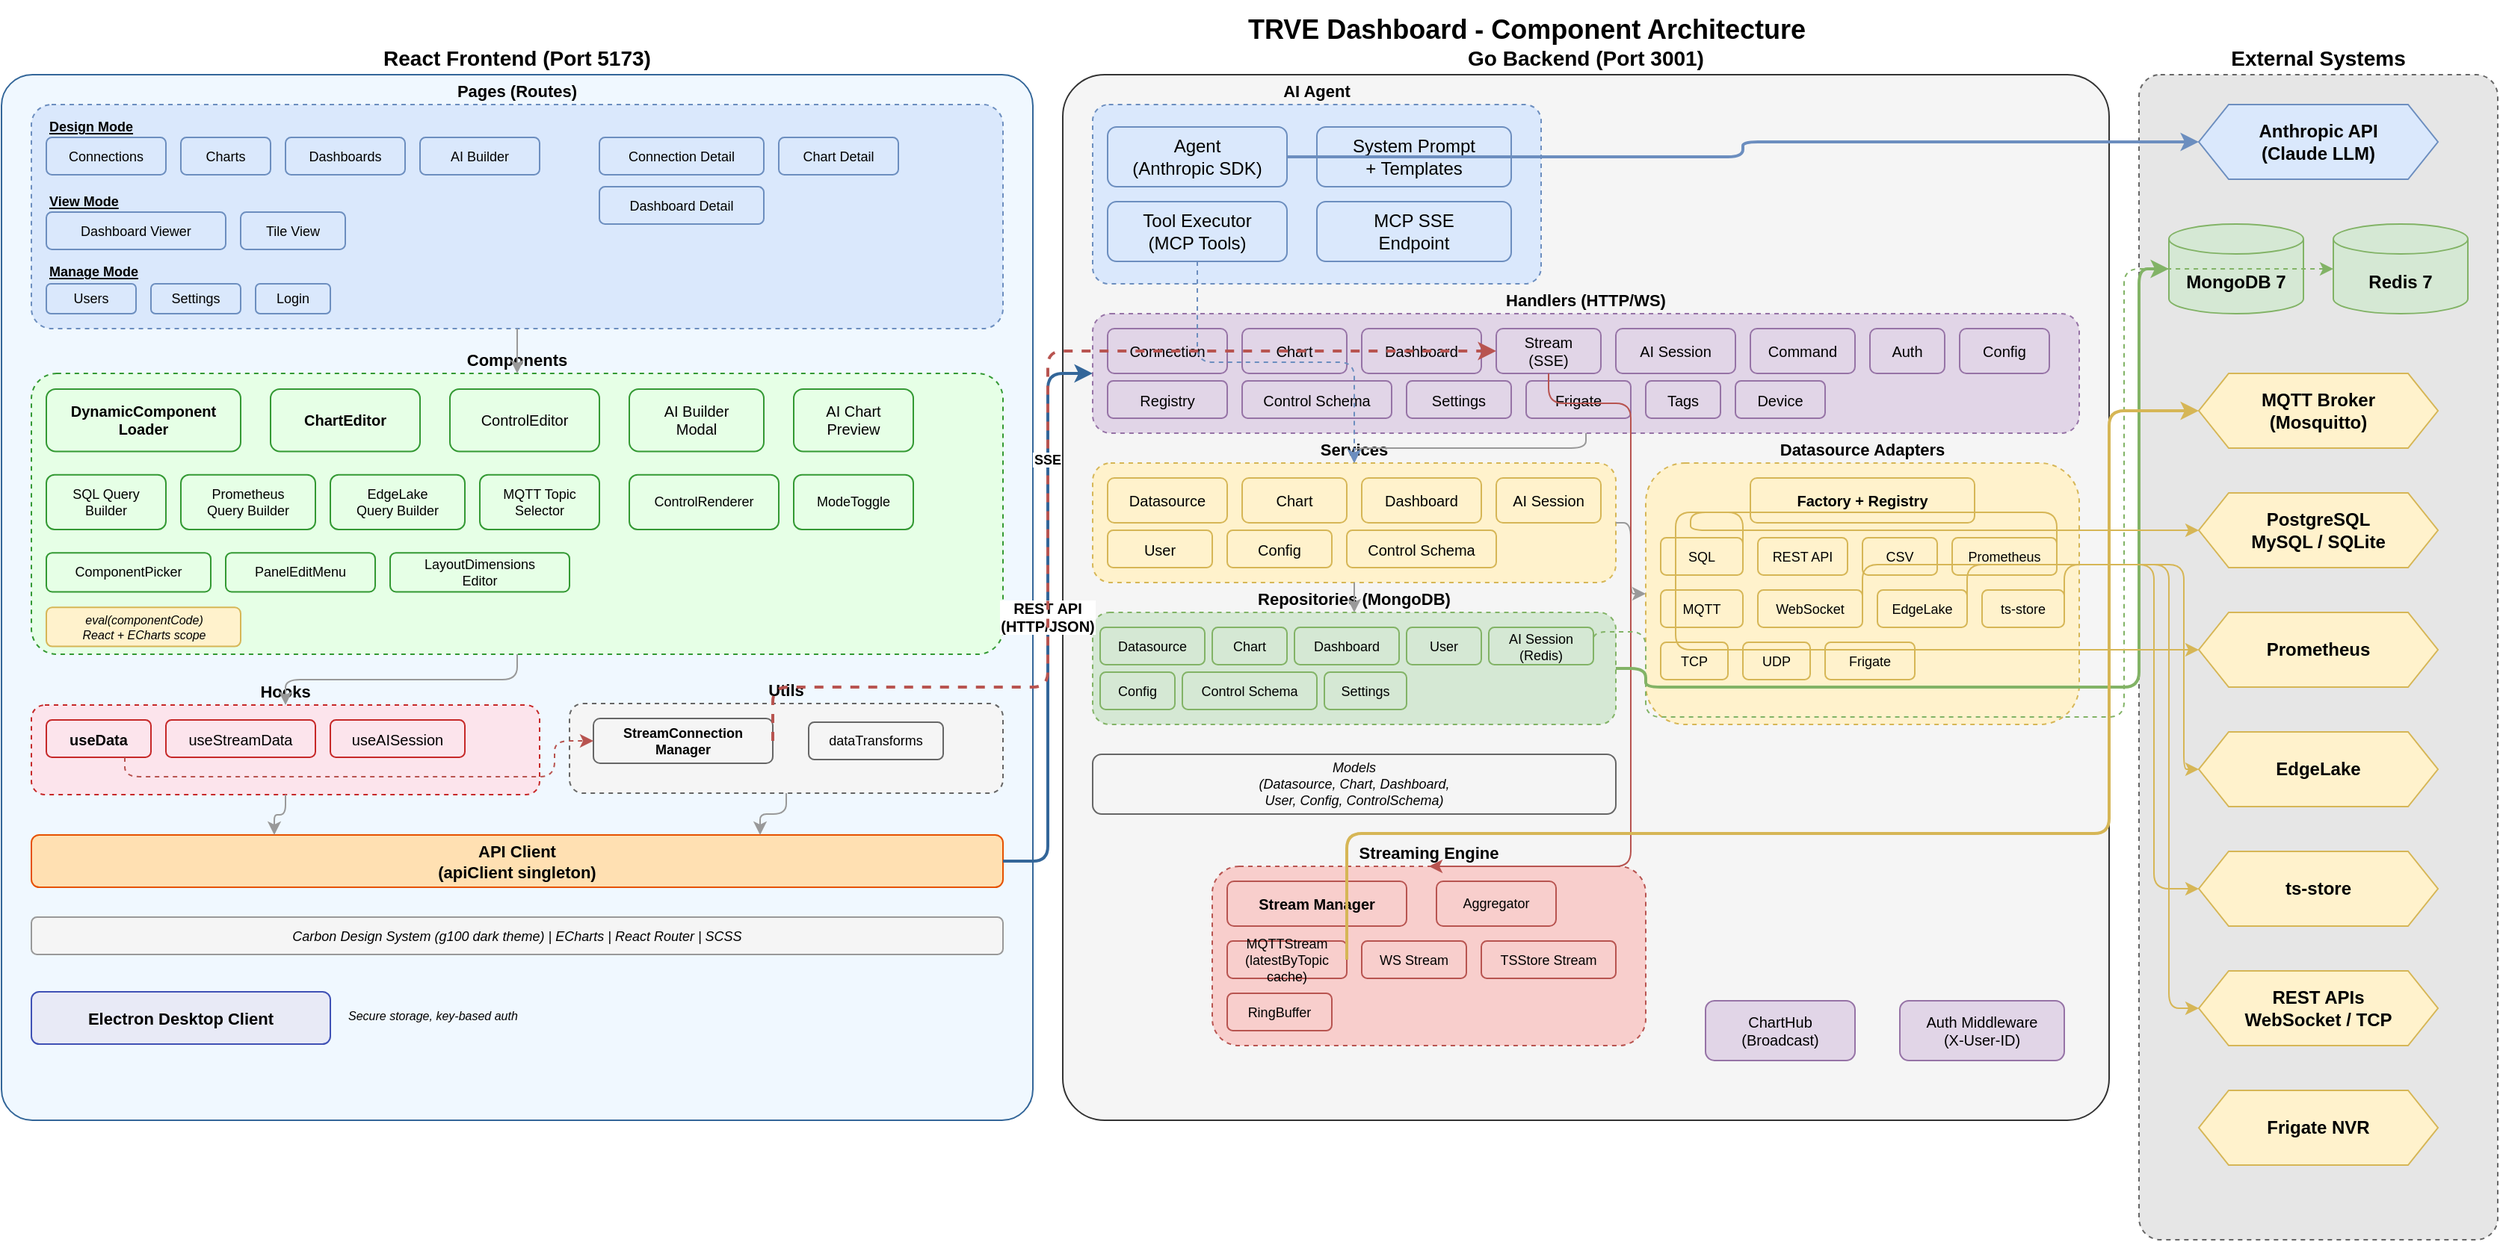
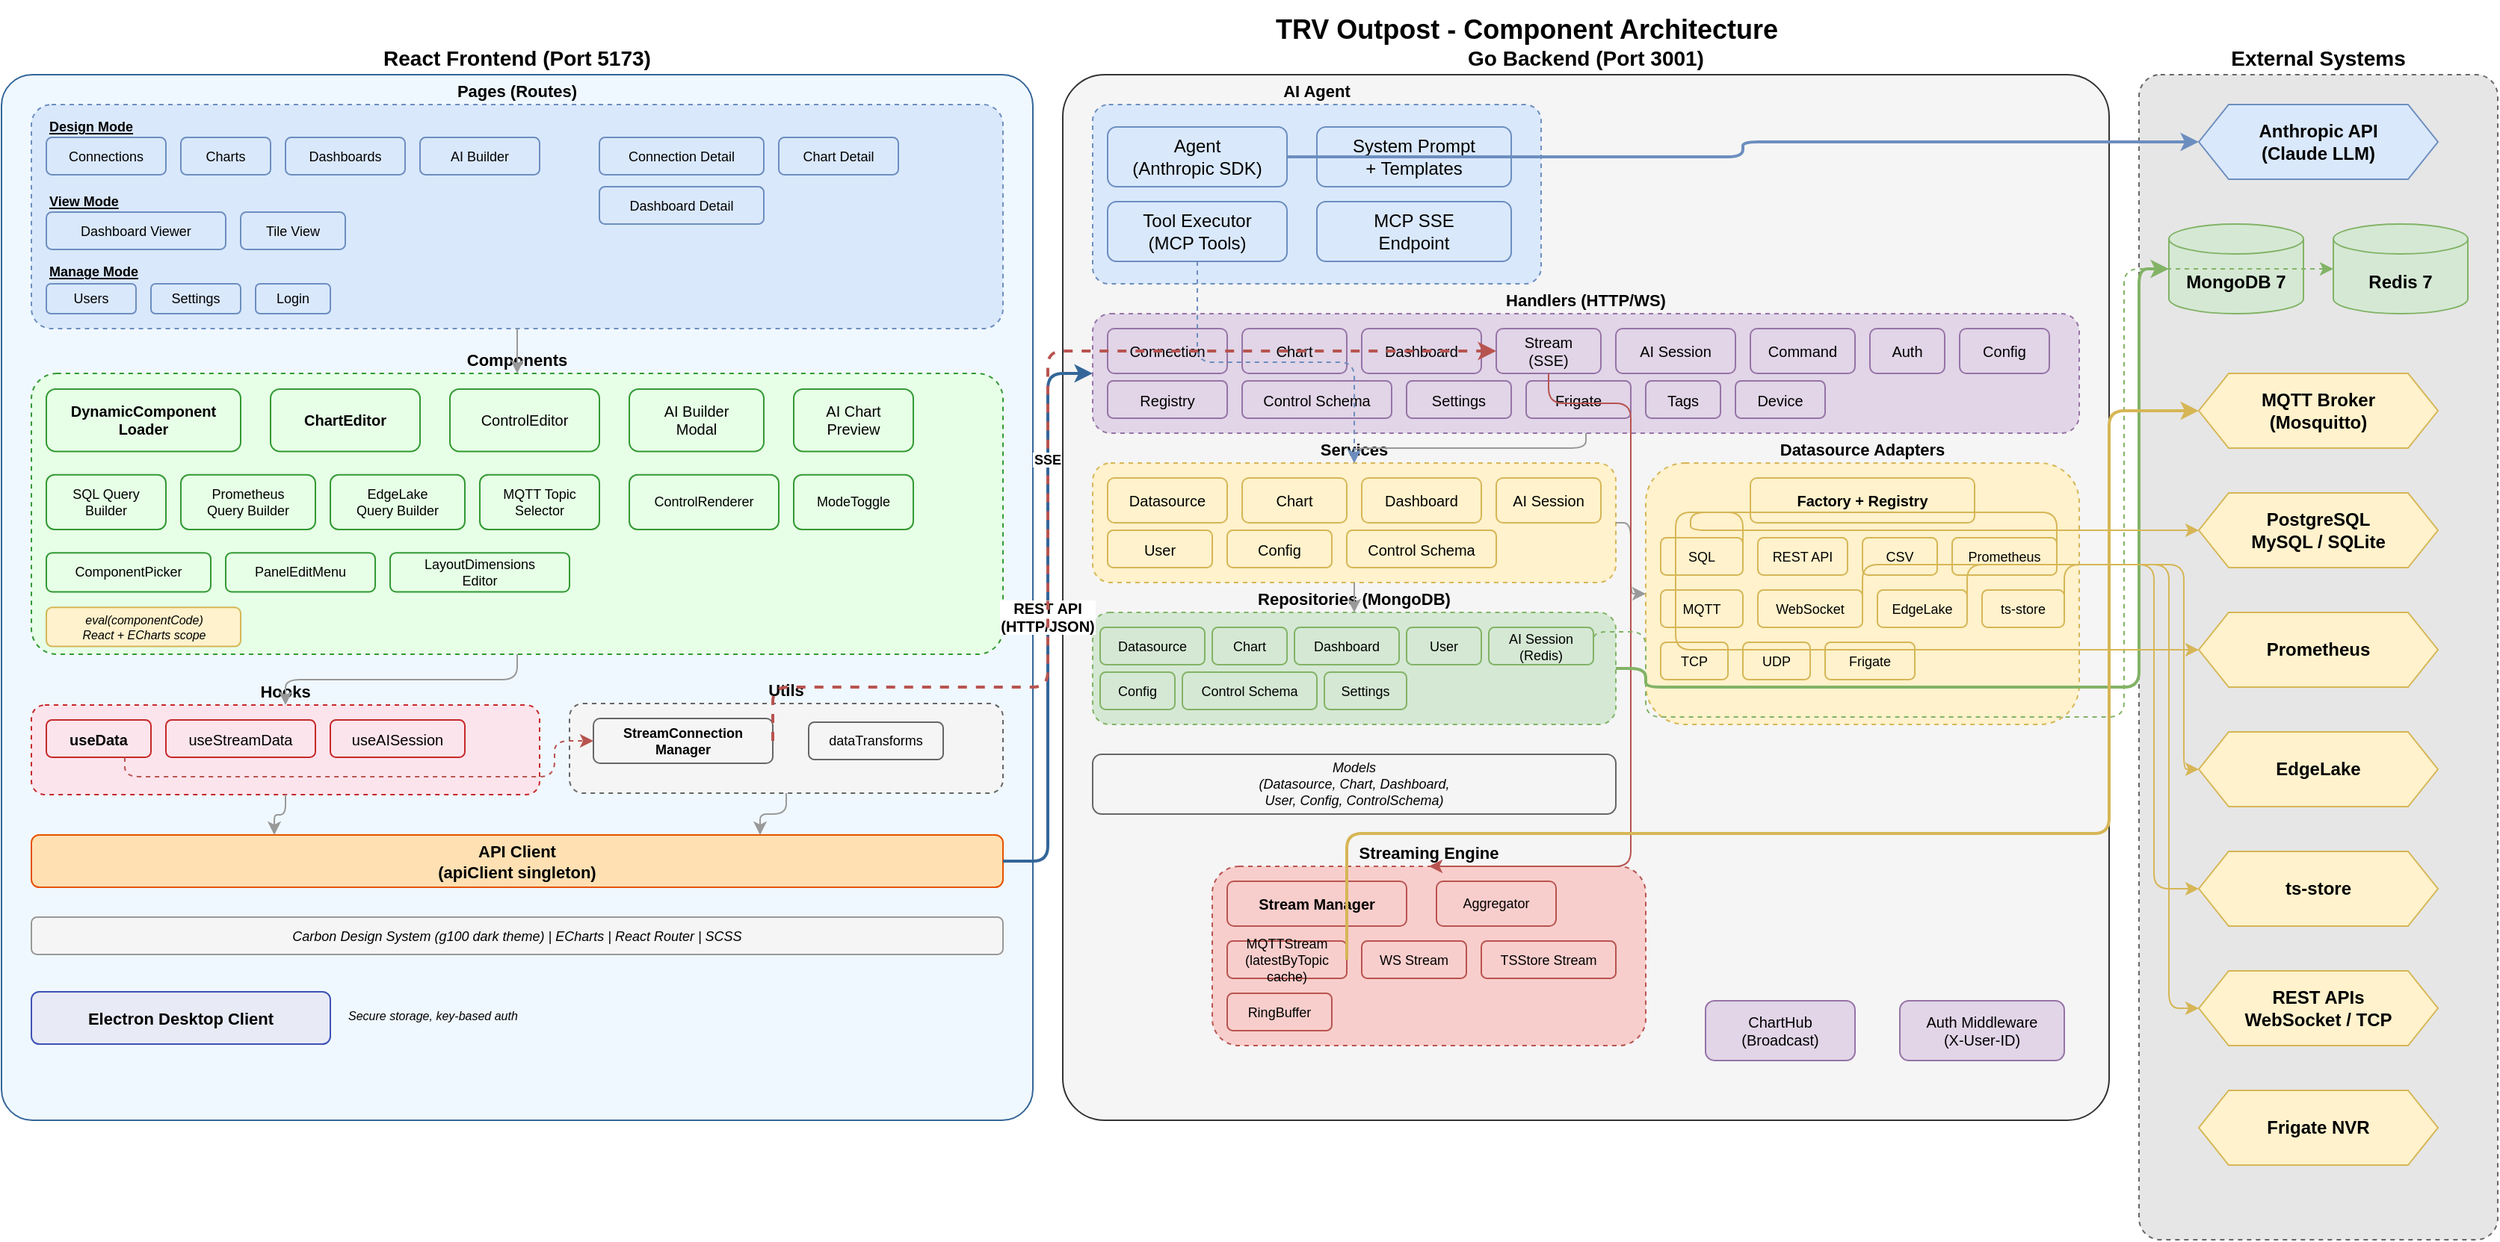
<mxfile host="Electron" modified="2026-03-09T22:17:43.477Z" agent="Mozilla/5.0 (Macintosh; Intel Mac OS X 10_15_7) AppleWebKit/537.36 (KHTML, like Gecko) draw.io/21.3.7 Chrome/112.0.5615.204 Electron/24.5.0 Safari/537.36" version="21.3.7" etag="Va5yg8RUulO-TQ78i9qj" type="device">
  <diagram name="Component Diagram" id="component-diagram">
    <mxGraphModel dx="1131" dy="889" grid="1" gridSize="10" guides="1" tooltips="1" connect="1" arrows="1" fold="1" page="0" pageScale="1" pageWidth="1600" pageHeight="900" math="0" shadow="0">
      <root>
        <mxCell id="0" />
        <mxCell id="1" parent="0" />
-         <mxCell id="title" value="TRVE Dashboard - Component Architecture" style="text;html=1;fontSize=18;fontStyle=1;align=center;verticalAlign=middle;" parent="1" vertex="1">
+         <mxCell id="title" value="TRV Outpost - Component Architecture" style="text;html=1;fontSize=18;fontStyle=1;align=center;verticalAlign=middle;" parent="1" vertex="1">
          <mxGeometry x="400" y="-20" width="500" height="40" as="geometry" />
        </mxCell>
        <mxCell id="ext-group" value="External Systems" style="shape=mxgraph.c4.groupContainer;whiteSpace=wrap;container=1;rounded=1;labelPosition=center;verticalLabelPosition=top;align=center;verticalAlign=bottom;fontStyle=1;fontSize=14;fillColor=#E6E6E6;strokeColor=#666666;dashed=1;arcSize=6;" parent="1" vertex="1">
          <mxGeometry x="1060" y="30" width="240" height="780" as="geometry" />
        </mxCell>
        <mxCell id="ext-anthropic" value="Anthropic API&#xa;(Claude LLM)" style="shape=hexagon;perimeter=hexagonPerimeter2;whiteSpace=wrap;html=1;fixedSize=1;size=20;fillColor=#dae8fc;strokeColor=#6c8ebf;fontStyle=1;" parent="ext-group" vertex="1">
          <mxGeometry x="40" y="20" width="160" height="50" as="geometry" />
        </mxCell>
        <mxCell id="ext-mongo" value="MongoDB 7" style="shape=cylinder3;whiteSpace=wrap;html=1;boundedLbl=1;backgroundOutline=1;size=10;fillColor=#d5e8d4;strokeColor=#82b366;fontStyle=1;" parent="ext-group" vertex="1">
          <mxGeometry x="20" y="100" width="90" height="60" as="geometry" />
        </mxCell>
        <mxCell id="ext-redis" value="Redis 7" style="shape=cylinder3;whiteSpace=wrap;html=1;boundedLbl=1;backgroundOutline=1;size=10;fillColor=#d5e8d4;strokeColor=#82b366;fontStyle=1;" parent="ext-group" vertex="1">
          <mxGeometry x="130" y="100" width="90" height="60" as="geometry" />
        </mxCell>
        <mxCell id="ext-mqtt" value="MQTT Broker&#xa;(Mosquitto)" style="shape=hexagon;perimeter=hexagonPerimeter2;whiteSpace=wrap;html=1;fixedSize=1;size=20;fillColor=#fff2cc;strokeColor=#d6b656;fontStyle=1;" parent="ext-group" vertex="1">
          <mxGeometry x="40" y="200" width="160" height="50" as="geometry" />
        </mxCell>
        <mxCell id="ext-postgres" value="PostgreSQL&#xa;MySQL / SQLite" style="shape=hexagon;perimeter=hexagonPerimeter2;whiteSpace=wrap;html=1;fixedSize=1;size=20;fillColor=#fff2cc;strokeColor=#d6b656;fontStyle=1;" parent="ext-group" vertex="1">
          <mxGeometry x="40" y="280" width="160" height="50" as="geometry" />
        </mxCell>
        <mxCell id="ext-prometheus" value="Prometheus" style="shape=hexagon;perimeter=hexagonPerimeter2;whiteSpace=wrap;html=1;fixedSize=1;size=20;fillColor=#fff2cc;strokeColor=#d6b656;fontStyle=1;" parent="ext-group" vertex="1">
          <mxGeometry x="40" y="360" width="160" height="50" as="geometry" />
        </mxCell>
        <mxCell id="ext-edgelake" value="EdgeLake" style="shape=hexagon;perimeter=hexagonPerimeter2;whiteSpace=wrap;html=1;fixedSize=1;size=20;fillColor=#fff2cc;strokeColor=#d6b656;fontStyle=1;" parent="ext-group" vertex="1">
          <mxGeometry x="40" y="440" width="160" height="50" as="geometry" />
        </mxCell>
        <mxCell id="ext-tsstore" value="ts-store" style="shape=hexagon;perimeter=hexagonPerimeter2;whiteSpace=wrap;html=1;fixedSize=1;size=20;fillColor=#fff2cc;strokeColor=#d6b656;fontStyle=1;" parent="ext-group" vertex="1">
          <mxGeometry x="40" y="520" width="160" height="50" as="geometry" />
        </mxCell>
        <mxCell id="ext-restapi" value="REST APIs&#xa;WebSocket / TCP" style="shape=hexagon;perimeter=hexagonPerimeter2;whiteSpace=wrap;html=1;fixedSize=1;size=20;fillColor=#fff2cc;strokeColor=#d6b656;fontStyle=1;" parent="ext-group" vertex="1">
          <mxGeometry x="40" y="600" width="160" height="50" as="geometry" />
        </mxCell>
        <mxCell id="ext-frigate" value="Frigate NVR" style="shape=hexagon;perimeter=hexagonPerimeter2;whiteSpace=wrap;html=1;fixedSize=1;size=20;fillColor=#fff2cc;strokeColor=#d6b656;fontStyle=1;" parent="ext-group" vertex="1">
          <mxGeometry x="40" y="680" width="160" height="50" as="geometry" />
        </mxCell>
        <mxCell id="server-group" value="Go Backend (Port 3001)" style="shape=mxgraph.c4.groupContainer;whiteSpace=wrap;container=1;rounded=1;labelPosition=center;verticalLabelPosition=top;align=center;verticalAlign=bottom;fontStyle=1;fontSize=14;fillColor=#F5F5F5;strokeColor=#333333;arcSize=4;collapsible=0;recursiveResize=0;movable=1;resizable=1;rotatable=1;deletable=1;editable=1;locked=0;connectable=1;" parent="1" vertex="1">
          <mxGeometry x="340" y="30" width="700" height="700" as="geometry" />
        </mxCell>
        <mxCell id="ai-group" value="AI Agent" style="shape=mxgraph.c4.groupContainer;whiteSpace=wrap;container=1;rounded=1;labelPosition=center;verticalLabelPosition=top;align=center;verticalAlign=bottom;fontStyle=1;fontSize=11;fillColor=#dae8fc;strokeColor=#6c8ebf;dashed=1;arcSize=9;collapsible=0;recursiveResize=0;" parent="server-group" vertex="1">
          <mxGeometry x="20" y="20" width="300" height="120" as="geometry" />
        </mxCell>
        <mxCell id="ai-agent" value="Agent&#xa;(Anthropic SDK)" style="rounded=1;whiteSpace=wrap;html=1;fillColor=#dae8fc;strokeColor=#6c8ebf;" parent="ai-group" vertex="1">
          <mxGeometry x="10" y="15" width="120" height="40" as="geometry" />
        </mxCell>
        <mxCell id="ai-tools" value="Tool Executor&#xa;(MCP Tools)" style="rounded=1;whiteSpace=wrap;html=1;fillColor=#dae8fc;strokeColor=#6c8ebf;" parent="ai-group" vertex="1">
          <mxGeometry x="10" y="65" width="120" height="40" as="geometry" />
        </mxCell>
        <mxCell id="ai-prompt" value="System Prompt&#xa;+ Templates" style="rounded=1;whiteSpace=wrap;html=1;fillColor=#dae8fc;strokeColor=#6c8ebf;" parent="ai-group" vertex="1">
          <mxGeometry x="150" y="15" width="130" height="40" as="geometry" />
        </mxCell>
        <mxCell id="ai-mcp" value="MCP SSE&#xa;Endpoint" style="rounded=1;whiteSpace=wrap;html=1;fillColor=#dae8fc;strokeColor=#6c8ebf;" parent="ai-group" vertex="1">
          <mxGeometry x="150" y="65" width="130" height="40" as="geometry" />
        </mxCell>
        <mxCell id="handler-group" value="Handlers (HTTP/WS)" style="shape=mxgraph.c4.groupContainer;whiteSpace=wrap;container=1;rounded=1;labelPosition=center;verticalLabelPosition=top;align=center;verticalAlign=bottom;fontStyle=1;fontSize=11;fillColor=#e1d5e7;strokeColor=#9673a6;dashed=1;collapsible=0;recursiveResize=0;" parent="server-group" vertex="1">
          <mxGeometry x="20" y="160" width="660" height="80" as="geometry" />
        </mxCell>
        <mxCell id="h-datasource" value="Connection" style="rounded=1;whiteSpace=wrap;html=1;fillColor=#e1d5e7;strokeColor=#9673a6;fontSize=10;" parent="handler-group" vertex="1">
          <mxGeometry x="10" y="10" width="80" height="30" as="geometry" />
        </mxCell>
        <mxCell id="h-chart" value="Chart" style="rounded=1;whiteSpace=wrap;html=1;fillColor=#e1d5e7;strokeColor=#9673a6;fontSize=10;" parent="handler-group" vertex="1">
          <mxGeometry x="100" y="10" width="70" height="30" as="geometry" />
        </mxCell>
        <mxCell id="h-dashboard" value="Dashboard" style="rounded=1;whiteSpace=wrap;html=1;fillColor=#e1d5e7;strokeColor=#9673a6;fontSize=10;" parent="handler-group" vertex="1">
          <mxGeometry x="180" y="10" width="80" height="30" as="geometry" />
        </mxCell>
        <mxCell id="h-stream" value="Stream&#xa;(SSE)" style="rounded=1;whiteSpace=wrap;html=1;fillColor=#e1d5e7;strokeColor=#9673a6;fontSize=10;" parent="handler-group" vertex="1">
          <mxGeometry x="270" y="10" width="70" height="30" as="geometry" />
        </mxCell>
        <mxCell id="h-ai" value="AI Session" style="rounded=1;whiteSpace=wrap;html=1;fillColor=#e1d5e7;strokeColor=#9673a6;fontSize=10;" parent="handler-group" vertex="1">
          <mxGeometry x="350" y="10" width="80" height="30" as="geometry" />
        </mxCell>
        <mxCell id="h-command" value="Command" style="rounded=1;whiteSpace=wrap;html=1;fillColor=#e1d5e7;strokeColor=#9673a6;fontSize=10;" parent="handler-group" vertex="1">
          <mxGeometry x="440" y="10" width="70" height="30" as="geometry" />
        </mxCell>
        <mxCell id="h-auth" value="Auth" style="rounded=1;whiteSpace=wrap;html=1;fillColor=#e1d5e7;strokeColor=#9673a6;fontSize=10;" parent="handler-group" vertex="1">
          <mxGeometry x="520" y="10" width="50" height="30" as="geometry" />
        </mxCell>
        <mxCell id="h-config" value="Config" style="rounded=1;whiteSpace=wrap;html=1;fillColor=#e1d5e7;strokeColor=#9673a6;fontSize=10;" parent="handler-group" vertex="1">
          <mxGeometry x="580" y="10" width="60" height="30" as="geometry" />
        </mxCell>
        <mxCell id="h-registry" value="Registry" style="rounded=1;whiteSpace=wrap;html=1;fillColor=#e1d5e7;strokeColor=#9673a6;fontSize=10;" parent="handler-group" vertex="1">
          <mxGeometry x="10" y="45" width="80" height="25" as="geometry" />
        </mxCell>
        <mxCell id="h-ctrl-schema" value="Control Schema" style="rounded=1;whiteSpace=wrap;html=1;fillColor=#e1d5e7;strokeColor=#9673a6;fontSize=10;" parent="handler-group" vertex="1">
          <mxGeometry x="100" y="45" width="100" height="25" as="geometry" />
        </mxCell>
        <mxCell id="h-settings" value="Settings" style="rounded=1;whiteSpace=wrap;html=1;fillColor=#e1d5e7;strokeColor=#9673a6;fontSize=10;" parent="handler-group" vertex="1">
          <mxGeometry x="210" y="45" width="70" height="25" as="geometry" />
        </mxCell>
        <mxCell id="h-frigate" value="Frigate" style="rounded=1;whiteSpace=wrap;html=1;fillColor=#e1d5e7;strokeColor=#9673a6;fontSize=10;" parent="handler-group" vertex="1">
          <mxGeometry x="290" y="45" width="70" height="25" as="geometry" />
        </mxCell>
        <mxCell id="h-tags" value="Tags" style="rounded=1;whiteSpace=wrap;html=1;fillColor=#e1d5e7;strokeColor=#9673a6;fontSize=10;" parent="handler-group" vertex="1">
          <mxGeometry x="370" y="45" width="50" height="25" as="geometry" />
        </mxCell>
        <mxCell id="h-device" value="Device" style="rounded=1;whiteSpace=wrap;html=1;fillColor=#e1d5e7;strokeColor=#9673a6;fontSize=10;" parent="handler-group" vertex="1">
          <mxGeometry x="430" y="45" width="60" height="25" as="geometry" />
        </mxCell>
        <mxCell id="svc-group" value="Services" style="shape=mxgraph.c4.groupContainer;whiteSpace=wrap;container=1;rounded=1;labelPosition=center;verticalLabelPosition=top;align=center;verticalAlign=bottom;fontStyle=1;fontSize=11;fillColor=#FFF2CC;strokeColor=#D6B656;dashed=1;collapsible=0;recursiveResize=0;" parent="server-group" vertex="1">
          <mxGeometry x="20" y="260" width="350" height="80" as="geometry" />
        </mxCell>
        <mxCell id="svc-ds" value="Datasource" style="rounded=1;whiteSpace=wrap;html=1;fillColor=#fff2cc;strokeColor=#d6b656;fontSize=10;" parent="svc-group" vertex="1">
          <mxGeometry x="10" y="10" width="80" height="30" as="geometry" />
        </mxCell>
        <mxCell id="svc-chart" value="Chart" style="rounded=1;whiteSpace=wrap;html=1;fillColor=#fff2cc;strokeColor=#d6b656;fontSize=10;" parent="svc-group" vertex="1">
          <mxGeometry x="100" y="10" width="70" height="30" as="geometry" />
        </mxCell>
        <mxCell id="svc-dash" value="Dashboard" style="rounded=1;whiteSpace=wrap;html=1;fillColor=#fff2cc;strokeColor=#d6b656;fontSize=10;" parent="svc-group" vertex="1">
          <mxGeometry x="180" y="10" width="80" height="30" as="geometry" />
        </mxCell>
        <mxCell id="svc-ai" value="AI Session" style="rounded=1;whiteSpace=wrap;html=1;fillColor=#fff2cc;strokeColor=#d6b656;fontSize=10;" parent="svc-group" vertex="1">
          <mxGeometry x="270" y="10" width="70" height="30" as="geometry" />
        </mxCell>
        <mxCell id="svc-user" value="User" style="rounded=1;whiteSpace=wrap;html=1;fillColor=#fff2cc;strokeColor=#d6b656;fontSize=10;" parent="svc-group" vertex="1">
          <mxGeometry x="10" y="45" width="70" height="25" as="geometry" />
        </mxCell>
        <mxCell id="svc-config" value="Config" style="rounded=1;whiteSpace=wrap;html=1;fillColor=#fff2cc;strokeColor=#d6b656;fontSize=10;" parent="svc-group" vertex="1">
          <mxGeometry x="90" y="45" width="70" height="25" as="geometry" />
        </mxCell>
        <mxCell id="svc-ctrlschema" value="Control Schema" style="rounded=1;whiteSpace=wrap;html=1;fillColor=#fff2cc;strokeColor=#d6b656;fontSize=10;" parent="svc-group" vertex="1">
          <mxGeometry x="170" y="45" width="100" height="25" as="geometry" />
        </mxCell>
        <mxCell id="repo-group" value="Repositories (MongoDB)" style="shape=mxgraph.c4.groupContainer;whiteSpace=wrap;container=1;rounded=1;labelPosition=center;verticalLabelPosition=top;align=center;verticalAlign=bottom;fontStyle=1;fontSize=11;fillColor=#D5E8D4;strokeColor=#82B366;dashed=1;recursiveResize=0;collapsible=0;" parent="server-group" vertex="1">
          <mxGeometry x="20" y="360" width="350" height="75" as="geometry" />
        </mxCell>
        <mxCell id="repo-ds" value="Datasource" style="rounded=1;whiteSpace=wrap;html=1;fillColor=#d5e8d4;strokeColor=#82b366;fontSize=9;" parent="repo-group" vertex="1">
          <mxGeometry x="5" y="10" width="70" height="25" as="geometry" />
        </mxCell>
        <mxCell id="repo-chart" value="Chart" style="rounded=1;whiteSpace=wrap;html=1;fillColor=#d5e8d4;strokeColor=#82b366;fontSize=9;" parent="repo-group" vertex="1">
          <mxGeometry x="80" y="10" width="50" height="25" as="geometry" />
        </mxCell>
        <mxCell id="repo-dash" value="Dashboard" style="rounded=1;whiteSpace=wrap;html=1;fillColor=#d5e8d4;strokeColor=#82b366;fontSize=9;" parent="repo-group" vertex="1">
          <mxGeometry x="135" y="10" width="70" height="25" as="geometry" />
        </mxCell>
        <mxCell id="repo-user" value="User" style="rounded=1;whiteSpace=wrap;html=1;fillColor=#d5e8d4;strokeColor=#82b366;fontSize=9;" parent="repo-group" vertex="1">
          <mxGeometry x="210" y="10" width="50" height="25" as="geometry" />
        </mxCell>
        <mxCell id="repo-ai" value="AI Session&#xa;(Redis)" style="rounded=1;whiteSpace=wrap;html=1;fillColor=#d5e8d4;strokeColor=#82b366;fontSize=9;" parent="repo-group" vertex="1">
          <mxGeometry x="265" y="10" width="70" height="25" as="geometry" />
        </mxCell>
        <mxCell id="repo-config" value="Config" style="rounded=1;whiteSpace=wrap;html=1;fillColor=#d5e8d4;strokeColor=#82b366;fontSize=9;" parent="repo-group" vertex="1">
          <mxGeometry x="5" y="40" width="50" height="25" as="geometry" />
        </mxCell>
        <mxCell id="repo-ctrlschema" value="Control Schema" style="rounded=1;whiteSpace=wrap;html=1;fillColor=#d5e8d4;strokeColor=#82b366;fontSize=9;" parent="repo-group" vertex="1">
          <mxGeometry x="60" y="40" width="90" height="25" as="geometry" />
        </mxCell>
        <mxCell id="repo-settings" value="Settings" style="rounded=1;whiteSpace=wrap;html=1;fillColor=#d5e8d4;strokeColor=#82b366;fontSize=9;" parent="repo-group" vertex="1">
          <mxGeometry x="155" y="40" width="55" height="25" as="geometry" />
        </mxCell>
        <mxCell id="adapter-group" value="Datasource Adapters" style="shape=mxgraph.c4.groupContainer;whiteSpace=wrap;container=1;rounded=1;labelPosition=center;verticalLabelPosition=top;align=center;verticalAlign=bottom;fontStyle=1;fontSize=11;fillColor=#fff2cc;strokeColor=#d6b656;dashed=1;collapsible=0;recursiveResize=0;" parent="server-group" vertex="1">
          <mxGeometry x="390" y="260" width="290" height="175" as="geometry" />
        </mxCell>
        <mxCell id="adapter-factory" value="Factory + Registry" style="rounded=1;whiteSpace=wrap;html=1;fillColor=#fff2cc;strokeColor=#d6b656;fontStyle=1;fontSize=10;" parent="adapter-group" vertex="1">
          <mxGeometry x="70" y="10" width="150" height="30" as="geometry" />
        </mxCell>
        <mxCell id="adapter-sql" value="SQL" style="rounded=1;whiteSpace=wrap;html=1;fillColor=#fff2cc;strokeColor=#d6b656;fontSize=9;" parent="adapter-group" vertex="1">
          <mxGeometry x="10" y="50" width="55" height="25" as="geometry" />
        </mxCell>
        <mxCell id="adapter-api" value="REST API" style="rounded=1;whiteSpace=wrap;html=1;fillColor=#fff2cc;strokeColor=#d6b656;fontSize=9;" parent="adapter-group" vertex="1">
          <mxGeometry x="75" y="50" width="60" height="25" as="geometry" />
        </mxCell>
        <mxCell id="adapter-csv" value="CSV" style="rounded=1;whiteSpace=wrap;html=1;fillColor=#fff2cc;strokeColor=#d6b656;fontSize=9;" parent="adapter-group" vertex="1">
          <mxGeometry x="145" y="50" width="50" height="25" as="geometry" />
        </mxCell>
        <mxCell id="adapter-prom" value="Prometheus" style="rounded=1;whiteSpace=wrap;html=1;fillColor=#fff2cc;strokeColor=#d6b656;fontSize=9;" parent="adapter-group" vertex="1">
          <mxGeometry x="205" y="50" width="70" height="25" as="geometry" />
        </mxCell>
        <mxCell id="adapter-mqtt" value="MQTT" style="rounded=1;whiteSpace=wrap;html=1;fillColor=#fff2cc;strokeColor=#d6b656;fontSize=9;" parent="adapter-group" vertex="1">
          <mxGeometry x="10" y="85" width="55" height="25" as="geometry" />
        </mxCell>
        <mxCell id="adapter-ws" value="WebSocket" style="rounded=1;whiteSpace=wrap;html=1;fillColor=#fff2cc;strokeColor=#d6b656;fontSize=9;" parent="adapter-group" vertex="1">
          <mxGeometry x="75" y="85" width="70" height="25" as="geometry" />
        </mxCell>
        <mxCell id="adapter-edgelake" value="EdgeLake" style="rounded=1;whiteSpace=wrap;html=1;fillColor=#fff2cc;strokeColor=#d6b656;fontSize=9;" parent="adapter-group" vertex="1">
          <mxGeometry x="155" y="85" width="60" height="25" as="geometry" />
        </mxCell>
        <mxCell id="adapter-tsstore" value="ts-store" style="rounded=1;whiteSpace=wrap;html=1;fillColor=#fff2cc;strokeColor=#d6b656;fontSize=9;" parent="adapter-group" vertex="1">
          <mxGeometry x="225" y="85" width="55" height="25" as="geometry" />
        </mxCell>
        <mxCell id="adapter-tcp" value="TCP" style="rounded=1;whiteSpace=wrap;html=1;fillColor=#fff2cc;strokeColor=#d6b656;fontSize=9;" parent="adapter-group" vertex="1">
          <mxGeometry x="10" y="120" width="45" height="25" as="geometry" />
        </mxCell>
        <mxCell id="adapter-udp" value="UDP" style="rounded=1;whiteSpace=wrap;html=1;fillColor=#fff2cc;strokeColor=#d6b656;fontSize=9;" parent="adapter-group" vertex="1">
          <mxGeometry x="65" y="120" width="45" height="25" as="geometry" />
        </mxCell>
        <mxCell id="adapter-frigate" value="Frigate" style="rounded=1;whiteSpace=wrap;html=1;fillColor=#fff2cc;strokeColor=#d6b656;fontSize=9;" parent="adapter-group" vertex="1">
          <mxGeometry x="120" y="120" width="60" height="25" as="geometry" />
        </mxCell>
        <mxCell id="stream-group" value="Streaming Engine" style="shape=mxgraph.c4.groupContainer;whiteSpace=wrap;container=1;rounded=1;labelPosition=center;verticalLabelPosition=top;align=center;verticalAlign=bottom;fontStyle=1;fontSize=11;fillColor=#F8CECC;strokeColor=#B85450;dashed=1;collapsible=0;recursiveResize=0;" parent="server-group" vertex="1">
          <mxGeometry x="100" y="530" width="290" height="120" as="geometry" />
        </mxCell>
        <mxCell id="stream-mgr" value="Stream Manager" style="rounded=1;whiteSpace=wrap;html=1;fillColor=#f8cecc;strokeColor=#b85450;fontStyle=1;fontSize=10;" parent="stream-group" vertex="1">
          <mxGeometry x="10" y="10" width="120" height="30" as="geometry" />
        </mxCell>
        <mxCell id="stream-mqtt" value="MQTTStream&#xa;(latestByTopic cache)" style="rounded=1;whiteSpace=wrap;html=1;fillColor=#f8cecc;strokeColor=#b85450;fontSize=9;" parent="stream-group" vertex="1">
          <mxGeometry x="10" y="50" width="80" height="25" as="geometry" />
        </mxCell>
        <mxCell id="stream-ws" value="WS Stream" style="rounded=1;whiteSpace=wrap;html=1;fillColor=#f8cecc;strokeColor=#b85450;fontSize=9;" parent="stream-group" vertex="1">
          <mxGeometry x="100" y="50" width="70" height="25" as="geometry" />
        </mxCell>
        <mxCell id="stream-ts" value="TSStore Stream" style="rounded=1;whiteSpace=wrap;html=1;fillColor=#f8cecc;strokeColor=#b85450;fontSize=9;" parent="stream-group" vertex="1">
          <mxGeometry x="180" y="50" width="90" height="25" as="geometry" />
        </mxCell>
        <mxCell id="stream-agg" value="Aggregator" style="rounded=1;whiteSpace=wrap;html=1;fillColor=#f8cecc;strokeColor=#b85450;fontSize=9;" parent="stream-group" vertex="1">
          <mxGeometry x="150" y="10" width="80" height="30" as="geometry" />
        </mxCell>
        <mxCell id="stream-buf" value="RingBuffer" style="rounded=1;whiteSpace=wrap;html=1;fillColor=#f8cecc;strokeColor=#b85450;fontSize=9;" parent="stream-group" vertex="1">
          <mxGeometry x="10" y="85" width="70" height="25" as="geometry" />
        </mxCell>
        <mxCell id="chart-hub" value="ChartHub&#xa;(Broadcast)" style="rounded=1;whiteSpace=wrap;html=1;fillColor=#e1d5e7;strokeColor=#9673a6;fontSize=10;" parent="server-group" vertex="1">
          <mxGeometry x="430" y="620" width="100" height="40" as="geometry" />
        </mxCell>
        <mxCell id="middleware" value="Auth Middleware&#xa;(X-User-ID)" style="rounded=1;whiteSpace=wrap;html=1;fillColor=#e1d5e7;strokeColor=#9673a6;fontSize=10;" parent="server-group" vertex="1">
          <mxGeometry x="560" y="620" width="110" height="40" as="geometry" />
        </mxCell>
        <mxCell id="models" value="Models&#xa;(Datasource, Chart, Dashboard,&#xa;User, Config, ControlSchema)" style="rounded=1;whiteSpace=wrap;html=1;fillColor=#f5f5f5;strokeColor=#666666;fontSize=9;fontStyle=2;" parent="server-group" vertex="1">
          <mxGeometry x="20" y="455" width="350" height="40" as="geometry" />
        </mxCell>
        <mxCell id="conn-h-svc" style="edgeStyle=orthogonalEdgeStyle;rounded=1;orthogonalLoop=1;exitX=0.5;exitY=1;exitDx=0;exitDy=0;entryX=0.5;entryY=0;entryDx=0;entryDy=0;strokeColor=#999999;strokeWidth=1;" parent="server-group" source="handler-group" target="svc-group" edge="1">
          <mxGeometry relative="1" as="geometry" />
        </mxCell>
        <mxCell id="conn-svc-repo" style="edgeStyle=orthogonalEdgeStyle;rounded=1;orthogonalLoop=1;exitX=0.5;exitY=1;exitDx=0;exitDy=0;entryX=0.5;entryY=0;entryDx=0;entryDy=0;strokeColor=#999999;strokeWidth=1;" parent="server-group" source="svc-group" target="repo-group" edge="1">
          <mxGeometry relative="1" as="geometry" />
        </mxCell>
        <mxCell id="conn-svc-adapter" style="edgeStyle=orthogonalEdgeStyle;rounded=1;orthogonalLoop=1;exitX=1;exitY=0.5;exitDx=0;exitDy=0;entryX=0;entryY=0.5;entryDx=0;entryDy=0;strokeColor=#999999;strokeWidth=1;" parent="server-group" source="svc-group" target="adapter-group" edge="1">
          <mxGeometry relative="1" as="geometry" />
        </mxCell>
        <mxCell id="conn-h-stream" style="edgeStyle=orthogonalEdgeStyle;rounded=1;orthogonalLoop=1;exitX=0.5;exitY=1;exitDx=0;exitDy=0;entryX=0.5;entryY=0;entryDx=0;entryDy=0;strokeColor=#b85450;strokeWidth=1;" parent="server-group" source="h-stream" target="stream-group" edge="1">
          <mxGeometry relative="1" as="geometry">
            <Array as="points">
              <mxPoint x="325" y="220" />
              <mxPoint x="380" y="220" />
              <mxPoint x="380" y="530" />
            </Array>
          </mxGeometry>
        </mxCell>
        <mxCell id="conn-ai-svc" style="edgeStyle=orthogonalEdgeStyle;rounded=1;orthogonalLoop=1;exitX=0.5;exitY=1;exitDx=0;exitDy=0;entryX=0.5;entryY=0;entryDx=0;entryDy=0;strokeColor=#6c8ebf;strokeWidth=1;dashed=1;" parent="server-group" source="ai-tools" target="svc-group" edge="1">
          <mxGeometry relative="1" as="geometry" />
        </mxCell>
        <mxCell id="client-group" value="React Frontend (Port 5173)" style="shape=mxgraph.c4.groupContainer;whiteSpace=wrap;container=1;rounded=1;labelPosition=center;verticalLabelPosition=top;align=center;verticalAlign=bottom;fontStyle=1;fontSize=14;fillColor=#F0F8FF;strokeColor=#336699;arcSize=3;collapsible=0;recursiveResize=0;" parent="1" vertex="1">
          <mxGeometry x="-370" y="30" width="690" height="700" as="geometry" />
        </mxCell>
        <mxCell id="pages-group" value="Pages (Routes)" style="shape=mxgraph.c4.groupContainer;whiteSpace=wrap;container=1;rounded=1;labelPosition=center;verticalLabelPosition=top;align=center;verticalAlign=bottom;fontStyle=1;fontSize=11;fillColor=#dae8fc;strokeColor=#6c8ebf;dashed=1;recursiveResize=0;expand=0;collapsible=0;arcSize=9;" parent="client-group" vertex="1">
          <mxGeometry x="20" y="20" width="650" height="150" as="geometry" />
        </mxCell>
        <mxCell id="pages-design-label" value="Design Mode" style="text;html=1;fontSize=9;fontStyle=5;align=left;" parent="pages-group" vertex="1">
          <mxGeometry x="10" y="3" width="80" height="15" as="geometry" />
        </mxCell>
        <mxCell id="p-connections" value="Connections" style="rounded=1;whiteSpace=wrap;html=1;fillColor=#dae8fc;strokeColor=#6c8ebf;fontSize=9;" parent="pages-group" vertex="1">
          <mxGeometry x="10" y="22" width="80" height="25" as="geometry" />
        </mxCell>
        <mxCell id="p-charts" value="Charts" style="rounded=1;whiteSpace=wrap;html=1;fillColor=#dae8fc;strokeColor=#6c8ebf;fontSize=9;" parent="pages-group" vertex="1">
          <mxGeometry x="100" y="22" width="60" height="25" as="geometry" />
        </mxCell>
        <mxCell id="p-dashboards-design" value="Dashboards" style="rounded=1;whiteSpace=wrap;html=1;fillColor=#dae8fc;strokeColor=#6c8ebf;fontSize=9;" parent="pages-group" vertex="1">
          <mxGeometry x="170" y="22" width="80" height="25" as="geometry" />
        </mxCell>
        <mxCell id="p-ai" value="AI Builder" style="rounded=1;whiteSpace=wrap;html=1;fillColor=#dae8fc;strokeColor=#6c8ebf;fontSize=9;" parent="pages-group" vertex="1">
          <mxGeometry x="260" y="22" width="80" height="25" as="geometry" />
        </mxCell>
        <mxCell id="pages-view-label" value="View Mode" style="text;html=1;fontSize=9;fontStyle=5;align=left;" parent="pages-group" vertex="1">
          <mxGeometry x="10" y="52.99999999999999" width="80" height="14.999999999999998" as="geometry" />
        </mxCell>
        <mxCell id="p-viewer" value="Dashboard Viewer" style="rounded=1;whiteSpace=wrap;html=1;fillColor=#dae8fc;strokeColor=#6c8ebf;fontSize=9;" parent="pages-group" vertex="1">
          <mxGeometry x="10" y="72" width="120" height="25" as="geometry" />
        </mxCell>
        <mxCell id="p-tile" value="Tile View" style="rounded=1;whiteSpace=wrap;html=1;fillColor=#dae8fc;strokeColor=#6c8ebf;fontSize=9;" parent="pages-group" vertex="1">
          <mxGeometry x="140" y="72" width="70" height="25" as="geometry" />
        </mxCell>
        <mxCell id="pages-manage-label" value="Manage Mode" style="text;html=1;fontSize=9;fontStyle=5;align=left;" parent="pages-group" vertex="1">
          <mxGeometry x="10" y="100" width="100" height="14.999999999999998" as="geometry" />
        </mxCell>
        <mxCell id="p-users" value="Users" style="rounded=1;whiteSpace=wrap;html=1;fillColor=#dae8fc;strokeColor=#6c8ebf;fontSize=9;" parent="pages-group" vertex="1">
          <mxGeometry x="10" y="119.99999999999999" width="60" height="20" as="geometry" />
        </mxCell>
        <mxCell id="p-settings" value="Settings" style="rounded=1;whiteSpace=wrap;html=1;fillColor=#dae8fc;strokeColor=#6c8ebf;fontSize=9;" parent="pages-group" vertex="1">
          <mxGeometry x="80" y="119.99999999999999" width="60" height="20" as="geometry" />
        </mxCell>
        <mxCell id="p-login" value="Login" style="rounded=1;whiteSpace=wrap;html=1;fillColor=#dae8fc;strokeColor=#6c8ebf;fontSize=9;" parent="pages-group" vertex="1">
          <mxGeometry x="150" y="119.99999999999999" width="50" height="20" as="geometry" />
        </mxCell>
        <mxCell id="p-conn-detail" value="Connection Detail" style="rounded=1;whiteSpace=wrap;html=1;fillColor=#dae8fc;strokeColor=#6c8ebf;fontSize=9;" parent="pages-group" vertex="1">
          <mxGeometry x="380" y="22" width="110" height="25" as="geometry" />
        </mxCell>
        <mxCell id="p-chart-detail" value="Chart Detail" style="rounded=1;whiteSpace=wrap;html=1;fillColor=#dae8fc;strokeColor=#6c8ebf;fontSize=9;" parent="pages-group" vertex="1">
          <mxGeometry x="500" y="22" width="80" height="25" as="geometry" />
        </mxCell>
        <mxCell id="p-dash-detail" value="Dashboard Detail" style="rounded=1;whiteSpace=wrap;html=1;fillColor=#dae8fc;strokeColor=#6c8ebf;fontSize=9;" parent="pages-group" vertex="1">
          <mxGeometry x="380" y="54.99999999999999" width="110" height="25" as="geometry" />
        </mxCell>
        <mxCell id="comp-group" value="Components" style="shape=mxgraph.c4.groupContainer;whiteSpace=wrap;container=1;rounded=1;labelPosition=center;verticalLabelPosition=top;align=center;verticalAlign=bottom;fontStyle=1;fontSize=11;fillColor=#E6FFE6;strokeColor=#339933;dashed=1;arcSize=9;recursiveResize=0;collapsible=0;" parent="client-group" vertex="1">
          <mxGeometry x="20" y="200" width="650" height="188" as="geometry" />
        </mxCell>
        <mxCell id="c-dcl" value="DynamicComponent&#xa;Loader" style="rounded=1;whiteSpace=wrap;html=1;fillColor=#e6ffe6;strokeColor=#339933;fontStyle=1;fontSize=10;" parent="comp-group" vertex="1">
          <mxGeometry x="10" y="10.444444444444445" width="130" height="41.77777777777778" as="geometry" />
        </mxCell>
        <mxCell id="c-chart-editor" value="ChartEditor" style="rounded=1;whiteSpace=wrap;html=1;fillColor=#e6ffe6;strokeColor=#339933;fontStyle=1;fontSize=10;" parent="comp-group" vertex="1">
          <mxGeometry x="160" y="10.444444444444445" width="100" height="41.77777777777778" as="geometry" />
        </mxCell>
        <mxCell id="c-control-editor" value="ControlEditor" style="rounded=1;whiteSpace=wrap;html=1;fillColor=#e6ffe6;strokeColor=#339933;fontSize=10;" parent="comp-group" vertex="1">
          <mxGeometry x="280" y="10.444444444444445" width="100" height="41.77777777777778" as="geometry" />
        </mxCell>
        <mxCell id="c-ai-modal" value="AI Builder&#xa;Modal" style="rounded=1;whiteSpace=wrap;html=1;fillColor=#e6ffe6;strokeColor=#339933;fontSize=10;" parent="comp-group" vertex="1">
          <mxGeometry x="400" y="10.444444444444445" width="90" height="41.77777777777778" as="geometry" />
        </mxCell>
        <mxCell id="c-ai-preview" value="AI Chart&#xa;Preview" style="rounded=1;whiteSpace=wrap;html=1;fillColor=#e6ffe6;strokeColor=#339933;fontSize=10;" parent="comp-group" vertex="1">
          <mxGeometry x="510" y="10.444444444444445" width="80" height="41.77777777777778" as="geometry" />
        </mxCell>
        <mxCell id="c-sql-qb" value="SQL Query&#xa;Builder" style="rounded=1;whiteSpace=wrap;html=1;fillColor=#e6ffe6;strokeColor=#339933;fontSize=9;" parent="comp-group" vertex="1">
          <mxGeometry x="10" y="67.8888888888889" width="80" height="36.55555555555556" as="geometry" />
        </mxCell>
        <mxCell id="c-prom-qb" value="Prometheus&#xa;Query Builder" style="rounded=1;whiteSpace=wrap;html=1;fillColor=#e6ffe6;strokeColor=#339933;fontSize=9;" parent="comp-group" vertex="1">
          <mxGeometry x="100" y="67.8888888888889" width="90" height="36.55555555555556" as="geometry" />
        </mxCell>
        <mxCell id="c-el-qb" value="EdgeLake&#xa;Query Builder" style="rounded=1;whiteSpace=wrap;html=1;fillColor=#e6ffe6;strokeColor=#339933;fontSize=9;" parent="comp-group" vertex="1">
          <mxGeometry x="200" y="67.8888888888889" width="90" height="36.55555555555556" as="geometry" />
        </mxCell>
        <mxCell id="c-mqtt-topic" value="MQTT Topic&#xa;Selector" style="rounded=1;whiteSpace=wrap;html=1;fillColor=#e6ffe6;strokeColor=#339933;fontSize=9;" parent="comp-group" vertex="1">
          <mxGeometry x="300" y="67.8888888888889" width="80" height="36.55555555555556" as="geometry" />
        </mxCell>
        <mxCell id="c-ctrl-render" value="ControlRenderer" style="rounded=1;whiteSpace=wrap;html=1;fillColor=#e6ffe6;strokeColor=#339933;fontSize=9;" parent="comp-group" vertex="1">
          <mxGeometry x="400" y="67.8888888888889" width="100" height="36.55555555555556" as="geometry" />
        </mxCell>
        <mxCell id="c-mode-toggle" value="ModeToggle" style="rounded=1;whiteSpace=wrap;html=1;fillColor=#e6ffe6;strokeColor=#339933;fontSize=9;" parent="comp-group" vertex="1">
          <mxGeometry x="510" y="67.8888888888889" width="80" height="36.55555555555556" as="geometry" />
        </mxCell>
        <mxCell id="c-comp-picker" value="ComponentPicker" style="rounded=1;whiteSpace=wrap;html=1;fillColor=#e6ffe6;strokeColor=#339933;fontSize=9;" parent="comp-group" vertex="1">
          <mxGeometry x="10" y="120.11111111111111" width="110" height="26.111111111111114" as="geometry" />
        </mxCell>
        <mxCell id="c-panel-menu" value="PanelEditMenu" style="rounded=1;whiteSpace=wrap;html=1;fillColor=#e6ffe6;strokeColor=#339933;fontSize=9;" parent="comp-group" vertex="1">
          <mxGeometry x="130" y="120.11111111111111" width="100" height="26.111111111111114" as="geometry" />
        </mxCell>
        <mxCell id="c-layout-dim" value="LayoutDimensions&#xa;Editor" style="rounded=1;whiteSpace=wrap;html=1;fillColor=#e6ffe6;strokeColor=#339933;fontSize=9;" parent="comp-group" vertex="1">
          <mxGeometry x="240" y="120.11111111111111" width="120" height="26.111111111111114" as="geometry" />
        </mxCell>
        <mxCell id="c-eval-note" value="eval(componentCode)&#xa;React + ECharts scope" style="text;html=1;fontSize=8;fontStyle=2;align=center;verticalAlign=middle;fillColor=#FFF2CC;strokeColor=#D6B656;rounded=1;" parent="comp-group" vertex="1">
          <mxGeometry x="10" y="156.66666666666669" width="130" height="26.111111111111114" as="geometry" />
        </mxCell>
        <mxCell id="hooks-group" value="Hooks" style="shape=mxgraph.c4.groupContainer;whiteSpace=wrap;container=1;rounded=1;labelPosition=center;verticalLabelPosition=top;align=center;verticalAlign=bottom;fontStyle=1;fontSize=11;fillColor=#FCE4EC;strokeColor=#C62828;dashed=1;recursiveResize=0;collapsible=0;" parent="client-group" vertex="1">
          <mxGeometry x="20" y="422" width="340" height="60" as="geometry" />
        </mxCell>
        <mxCell id="hook-data" value="useData" style="rounded=1;whiteSpace=wrap;html=1;fillColor=#fce4ec;strokeColor=#c62828;fontSize=10;fontStyle=1;" parent="hooks-group" vertex="1">
          <mxGeometry x="10" y="10" width="70" height="25" as="geometry" />
        </mxCell>
        <mxCell id="hook-stream" value="useStreamData" style="rounded=1;whiteSpace=wrap;html=1;fillColor=#fce4ec;strokeColor=#c62828;fontSize=10;" parent="hooks-group" vertex="1">
          <mxGeometry x="90" y="10" width="100" height="25" as="geometry" />
        </mxCell>
        <mxCell id="hook-ai" value="useAISession" style="rounded=1;whiteSpace=wrap;html=1;fillColor=#fce4ec;strokeColor=#c62828;fontSize=10;" parent="hooks-group" vertex="1">
          <mxGeometry x="200" y="10" width="90" height="25" as="geometry" />
        </mxCell>
        <mxCell id="utils-group" value="Utils" style="shape=mxgraph.c4.groupContainer;whiteSpace=wrap;container=1;rounded=1;labelPosition=center;verticalLabelPosition=top;align=center;verticalAlign=bottom;fontStyle=1;fontSize=11;fillColor=#F5F5F5;strokeColor=#666666;dashed=1;collapsible=0;recursiveResize=0;" parent="client-group" vertex="1">
          <mxGeometry x="380" y="421" width="290" height="60" as="geometry" />
        </mxCell>
        <mxCell id="util-scm" value="StreamConnection&#xa;Manager" style="rounded=1;whiteSpace=wrap;html=1;fillColor=#f5f5f5;strokeColor=#666666;fontSize=9;fontStyle=1;" parent="utils-group" vertex="1">
          <mxGeometry x="16" y="10" width="120" height="30" as="geometry" />
        </mxCell>
        <mxCell id="util-transforms" value="dataTransforms" style="rounded=1;whiteSpace=wrap;html=1;fillColor=#f5f5f5;strokeColor=#666666;fontSize=9;" parent="utils-group" vertex="1">
          <mxGeometry x="160" y="12.5" width="90" height="25" as="geometry" />
        </mxCell>
        <mxCell id="api-client" value="API Client&#xa;(apiClient singleton)" style="rounded=1;whiteSpace=wrap;html=1;fillColor=#FFE0B2;strokeColor=#E65100;fontStyle=1;fontSize=11;" parent="client-group" vertex="1">
          <mxGeometry x="20" y="509" width="650" height="35" as="geometry" />
        </mxCell>
        <mxCell id="carbon" value="Carbon Design System (g100 dark theme)  |  ECharts  |  React Router  |  SCSS" style="rounded=1;whiteSpace=wrap;html=1;fillColor=#f5f5f5;strokeColor=#999999;fontSize=9;fontStyle=2;" parent="client-group" vertex="1">
          <mxGeometry x="20" y="564" width="650" height="25" as="geometry" />
        </mxCell>
        <mxCell id="electron" value="Electron Desktop Client" style="rounded=1;whiteSpace=wrap;html=1;fillColor=#E8EAF6;strokeColor=#3F51B5;fontStyle=1;fontSize=11;" parent="client-group" vertex="1">
          <mxGeometry x="20" y="614" width="200" height="35" as="geometry" />
        </mxCell>
        <mxCell id="electron-note" value="Secure storage, key-based auth" style="text;html=1;fontSize=8;fontStyle=2;align=left;" parent="client-group" vertex="1">
          <mxGeometry x="230" y="619" width="200" height="20" as="geometry" />
        </mxCell>
        <mxCell id="conn-pages-comp" style="edgeStyle=orthogonalEdgeStyle;rounded=1;orthogonalLoop=1;exitX=0.5;exitY=1;exitDx=0;exitDy=0;entryX=0.5;entryY=0;entryDx=0;entryDy=0;strokeColor=#999999;strokeWidth=1;" parent="client-group" source="pages-group" target="comp-group" edge="1">
          <mxGeometry relative="1" as="geometry" />
        </mxCell>
        <mxCell id="conn-comp-hooks" style="edgeStyle=orthogonalEdgeStyle;rounded=1;orthogonalLoop=1;exitX=0.5;exitY=1;exitDx=0;exitDy=0;entryX=0.5;entryY=0;entryDx=0;entryDy=0;strokeColor=#999999;strokeWidth=1;" parent="client-group" source="comp-group" target="hooks-group" edge="1">
          <mxGeometry relative="1" as="geometry" />
        </mxCell>
        <mxCell id="conn-hooks-api" style="edgeStyle=orthogonalEdgeStyle;rounded=1;orthogonalLoop=1;exitX=0.5;exitY=1;exitDx=0;exitDy=0;entryX=0.25;entryY=0;entryDx=0;entryDy=0;strokeColor=#999999;strokeWidth=1;" parent="client-group" source="hooks-group" target="api-client" edge="1">
          <mxGeometry relative="1" as="geometry" />
        </mxCell>
        <mxCell id="conn-hooks-scm" style="edgeStyle=orthogonalEdgeStyle;rounded=1;orthogonalLoop=1;exitX=0.75;exitY=1;exitDx=0;exitDy=0;entryX=0;entryY=0.5;entryDx=0;entryDy=0;strokeColor=#b85450;strokeWidth=1;dashed=1;" parent="client-group" source="hook-data" target="util-scm" edge="1">
          <mxGeometry relative="1" as="geometry">
            <Array as="points">
              <mxPoint x="83" y="470" />
              <mxPoint x="370" y="470" />
              <mxPoint x="370" y="446" />
            </Array>
          </mxGeometry>
        </mxCell>
        <mxCell id="conn-utils-api" style="edgeStyle=orthogonalEdgeStyle;rounded=1;orthogonalLoop=1;exitX=0.5;exitY=1;exitDx=0;exitDy=0;entryX=0.75;entryY=0;entryDx=0;entryDy=0;strokeColor=#999999;strokeWidth=1;" parent="client-group" source="utils-group" target="api-client" edge="1">
          <mxGeometry relative="1" as="geometry" />
        </mxCell>
        <mxCell id="conn-api" value="REST API&#xa;(HTTP/JSON)" style="edgeStyle=orthogonalEdgeStyle;rounded=1;orthogonalLoop=1;jettySize=auto;exitX=1;exitY=0.5;exitDx=0;exitDy=0;entryX=0;entryY=0.5;entryDx=0;entryDy=0;fontStyle=1;fontSize=10;fillColor=#dae8fc;strokeColor=#336699;strokeWidth=2;" parent="1" source="api-client" target="handler-group" edge="1">
          <mxGeometry relative="1" as="geometry" />
        </mxCell>
        <mxCell id="conn-sse" value="SSE" style="edgeStyle=orthogonalEdgeStyle;rounded=1;orthogonalLoop=1;jettySize=auto;exitX=1;exitY=0.5;exitDx=0;exitDy=0;entryX=0;entryY=0.5;entryDx=0;entryDy=0;fontStyle=1;fontSize=9;fillColor=#f8cecc;strokeColor=#b85450;strokeWidth=2;dashed=1;" parent="1" source="util-scm" target="h-stream" edge="1">
          <mxGeometry relative="1" as="geometry">
            <Array as="points">
              <mxPoint x="330" y="440" />
              <mxPoint x="330" y="215" />
            </Array>
          </mxGeometry>
        </mxCell>
        <mxCell id="conn-llm" style="edgeStyle=orthogonalEdgeStyle;rounded=1;orthogonalLoop=1;exitX=1;exitY=0.5;exitDx=0;exitDy=0;entryX=0;entryY=0.5;entryDx=0;entryDy=0;strokeColor=#6c8ebf;strokeWidth=2;" parent="1" source="ai-agent" target="ext-anthropic" edge="1">
          <mxGeometry relative="1" as="geometry" />
        </mxCell>
        <mxCell id="conn-mongo" style="edgeStyle=orthogonalEdgeStyle;rounded=1;orthogonalLoop=1;exitX=1;exitY=0.5;exitDx=0;exitDy=0;entryX=0;entryY=0.5;entryDx=0;entryDy=0;strokeColor=#82b366;strokeWidth=2;" parent="1" source="repo-group" target="ext-mongo" edge="1">
          <mxGeometry relative="1" as="geometry">
            <Array as="points">
              <mxPoint x="730" y="428" />
              <mxPoint x="730" y="440" />
              <mxPoint x="1060" y="440" />
              <mxPoint x="1060" y="160" />
            </Array>
          </mxGeometry>
        </mxCell>
        <mxCell id="conn-redis" style="edgeStyle=orthogonalEdgeStyle;rounded=1;orthogonalLoop=1;exitX=1;exitY=0.5;exitDx=0;exitDy=0;entryX=0;entryY=0.5;entryDx=0;entryDy=0;strokeColor=#82b366;strokeWidth=1;dashed=1;" parent="1" source="repo-ai" target="ext-redis" edge="1">
          <mxGeometry relative="1" as="geometry">
            <Array as="points">
              <mxPoint x="730" y="403" />
              <mxPoint x="730" y="460" />
              <mxPoint x="1050" y="460" />
              <mxPoint x="1050" y="160" />
            </Array>
          </mxGeometry>
        </mxCell>
        <mxCell id="conn-mqtt-broker" style="edgeStyle=orthogonalEdgeStyle;rounded=1;orthogonalLoop=1;exitX=1;exitY=0.5;exitDx=0;exitDy=0;entryX=0;entryY=0.5;entryDx=0;entryDy=0;strokeColor=#d6b656;strokeWidth=2;" parent="1" source="stream-mqtt" target="ext-mqtt" edge="1">
          <mxGeometry relative="1" as="geometry">
            <Array as="points">
              <mxPoint x="530" y="538" />
              <mxPoint x="1040" y="538" />
              <mxPoint x="1040" y="255" />
            </Array>
          </mxGeometry>
        </mxCell>
        <mxCell id="conn-adapters-sql" style="edgeStyle=orthogonalEdgeStyle;rounded=1;orthogonalLoop=1;exitX=1;exitY=0.5;exitDx=0;exitDy=0;entryX=0;entryY=0.5;entryDx=0;entryDy=0;strokeColor=#d6b656;strokeWidth=1;" parent="1" source="adapter-sql" target="ext-postgres" edge="1">
          <mxGeometry relative="1" as="geometry">
            <Array as="points">
              <mxPoint x="760" y="323" />
              <mxPoint x="760" y="335" />
            </Array>
          </mxGeometry>
        </mxCell>
        <mxCell id="conn-adapters-prom" style="edgeStyle=orthogonalEdgeStyle;rounded=1;orthogonalLoop=1;exitX=1;exitY=0.5;exitDx=0;exitDy=0;entryX=0;entryY=0.5;entryDx=0;entryDy=0;strokeColor=#d6b656;strokeWidth=1;" parent="1" source="adapter-prom" target="ext-prometheus" edge="1">
          <mxGeometry relative="1" as="geometry">
            <Array as="points">
              <mxPoint x="750" y="323" />
              <mxPoint x="750" y="415" />
            </Array>
          </mxGeometry>
        </mxCell>
        <mxCell id="conn-adapters-el" style="edgeStyle=orthogonalEdgeStyle;rounded=1;orthogonalLoop=1;exitX=1;exitY=0.5;exitDx=0;exitDy=0;entryX=0;entryY=0.5;entryDx=0;entryDy=0;strokeColor=#d6b656;strokeWidth=1;" parent="1" source="adapter-edgelake" target="ext-edgelake" edge="1">
          <mxGeometry relative="1" as="geometry">
            <Array as="points">
              <mxPoint x="945" y="358" />
              <mxPoint x="1090" y="358" />
              <mxPoint x="1090" y="495" />
            </Array>
          </mxGeometry>
        </mxCell>
        <mxCell id="conn-adapters-ts" style="edgeStyle=orthogonalEdgeStyle;rounded=1;orthogonalLoop=1;exitX=1;exitY=0.5;exitDx=0;exitDy=0;entryX=0;entryY=0.5;entryDx=0;entryDy=0;strokeColor=#d6b656;strokeWidth=1;" parent="1" source="adapter-tsstore" target="ext-tsstore" edge="1">
          <mxGeometry relative="1" as="geometry">
            <Array as="points">
              <mxPoint x="1010" y="358" />
              <mxPoint x="1070" y="358" />
              <mxPoint x="1070" y="575" />
            </Array>
          </mxGeometry>
        </mxCell>
        <mxCell id="conn-adapters-ws" style="edgeStyle=orthogonalEdgeStyle;rounded=1;orthogonalLoop=1;exitX=1;exitY=0.5;exitDx=0;exitDy=0;entryX=0;entryY=0.5;entryDx=0;entryDy=0;strokeColor=#d6b656;strokeWidth=1;" parent="1" source="adapter-ws" target="ext-restapi" edge="1">
          <mxGeometry relative="1" as="geometry">
            <Array as="points">
              <mxPoint x="875" y="358" />
              <mxPoint x="1080" y="358" />
              <mxPoint x="1080" y="655" />
            </Array>
          </mxGeometry>
        </mxCell>
      </root>
    </mxGraphModel>
  </diagram>
</mxfile>
